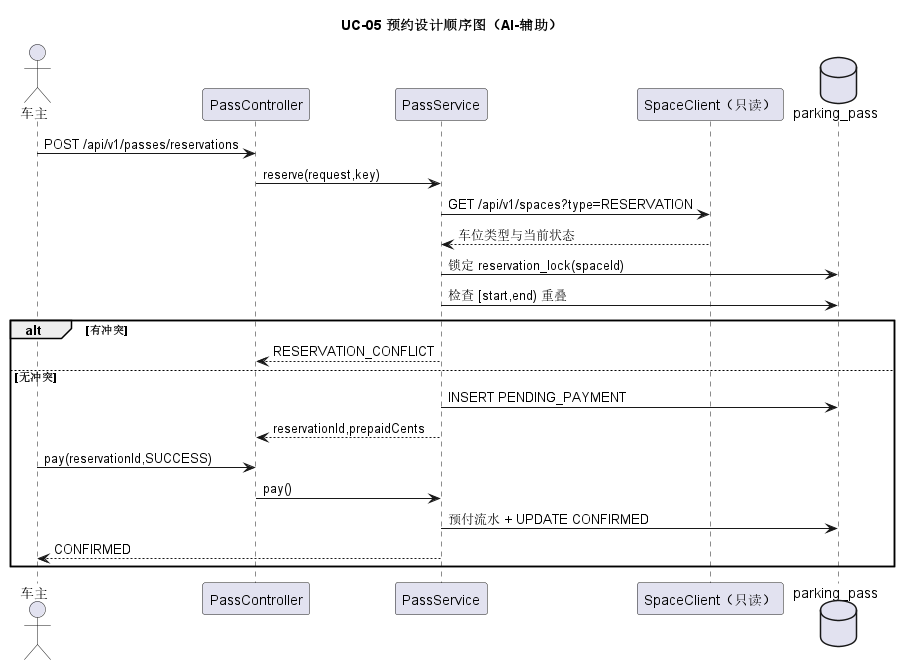
Earlier version of the PlantUML export models/rendered/10-reservation-design-sequence.png (Gindama713/UMLWORK). Source of this version:
```plantuml
@startuml
title UC-05 预约设计顺序图（AI-辅助）
actor 车主
participant "PassController" as controller
participant "PassService" as pass
participant "SpaceClient（只读）" as space
database "parking_pass" as db
车主 -> controller : POST /api/v1/passes/reservations
controller -> pass : reserve(request,key)
pass -> space : GET /api/v1/spaces?type=RESERVATION
space --> pass : 车位类型与当前状态
pass -> db : 锁定 reservation_lock(spaceId)
pass -> db : 检查 [start,end) 重叠
alt 有冲突
  pass --> controller : RESERVATION_CONFLICT
else 无冲突
  pass -> db : INSERT PENDING_PAYMENT
  pass --> controller : reservationId,prepaidCents
  车主 -> controller : pay(reservationId,SUCCESS)
  controller -> pass : pay()
  pass -> db : 预付流水 + UPDATE CONFIRMED
  pass --> 车主 : CONFIRMED
end
@enduml
```
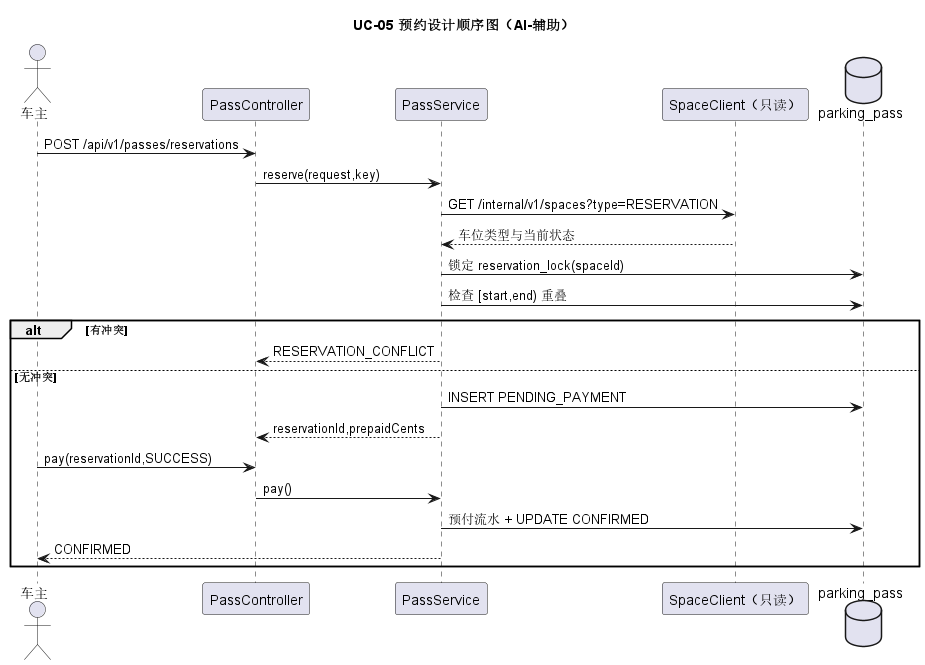
Later version of the same file.

The edit, as a diff of the source:
```diff
@@ -7,7 +7,7 @@
 database "parking_pass" as db
 车主 -> controller : POST /api/v1/passes/reservations
 controller -> pass : reserve(request,key)
-pass -> space : GET /api/v1/spaces?type=RESERVATION
+pass -> space : GET /internal/v1/spaces?type=RESERVATION
 space --> pass : 车位类型与当前状态
 pass -> db : 锁定 reservation_lock(spaceId)
 pass -> db : 检查 [start,end) 重叠
```
